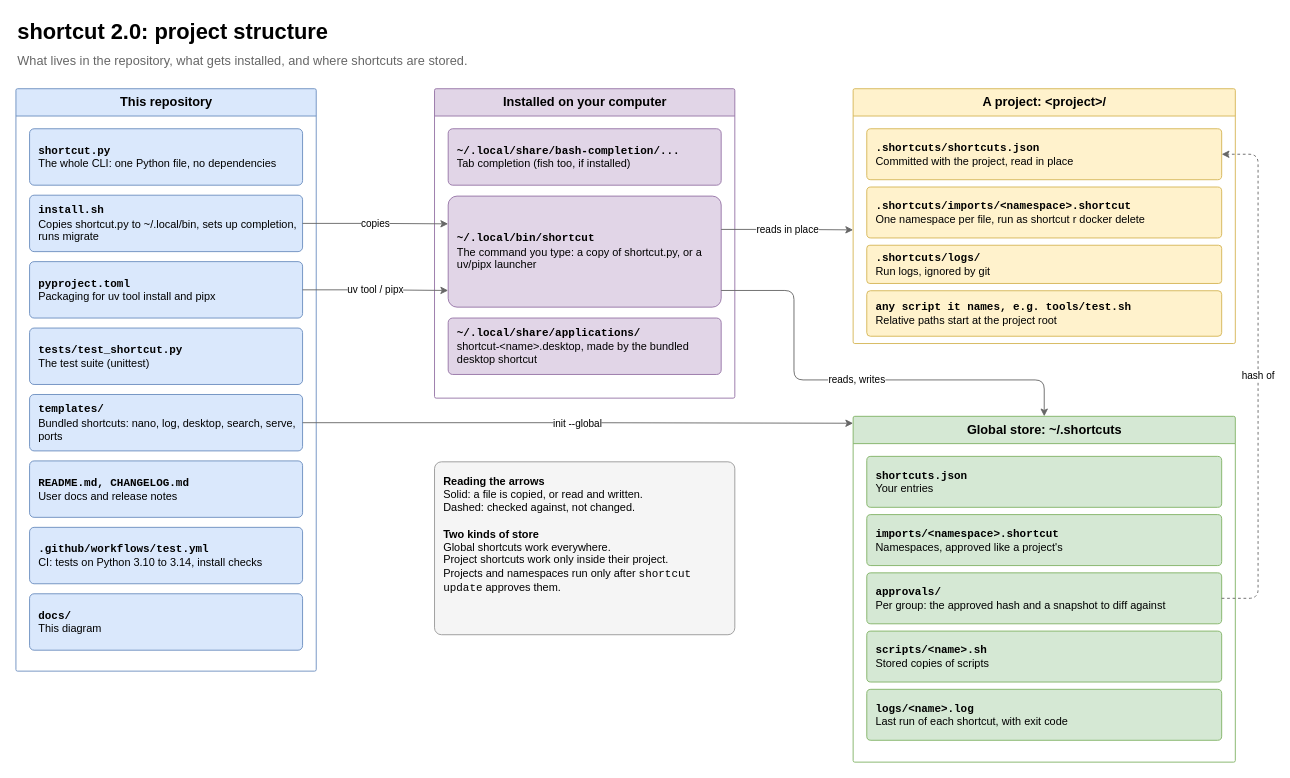
Above: page "1 Structure" (1 of 5) of docs/shortcut-overview.drawio in StanLukuvka/Shortcut (draw.io), before the change. Source tidied: cells renumbered, new cells numbered last; positions are measured from the earlier drawing's top-left corner, leaving out a move shared by most shapes. Both pictures are drawn from the tidied source at 91%, with x=0, y=0 at pixel (15, 15).
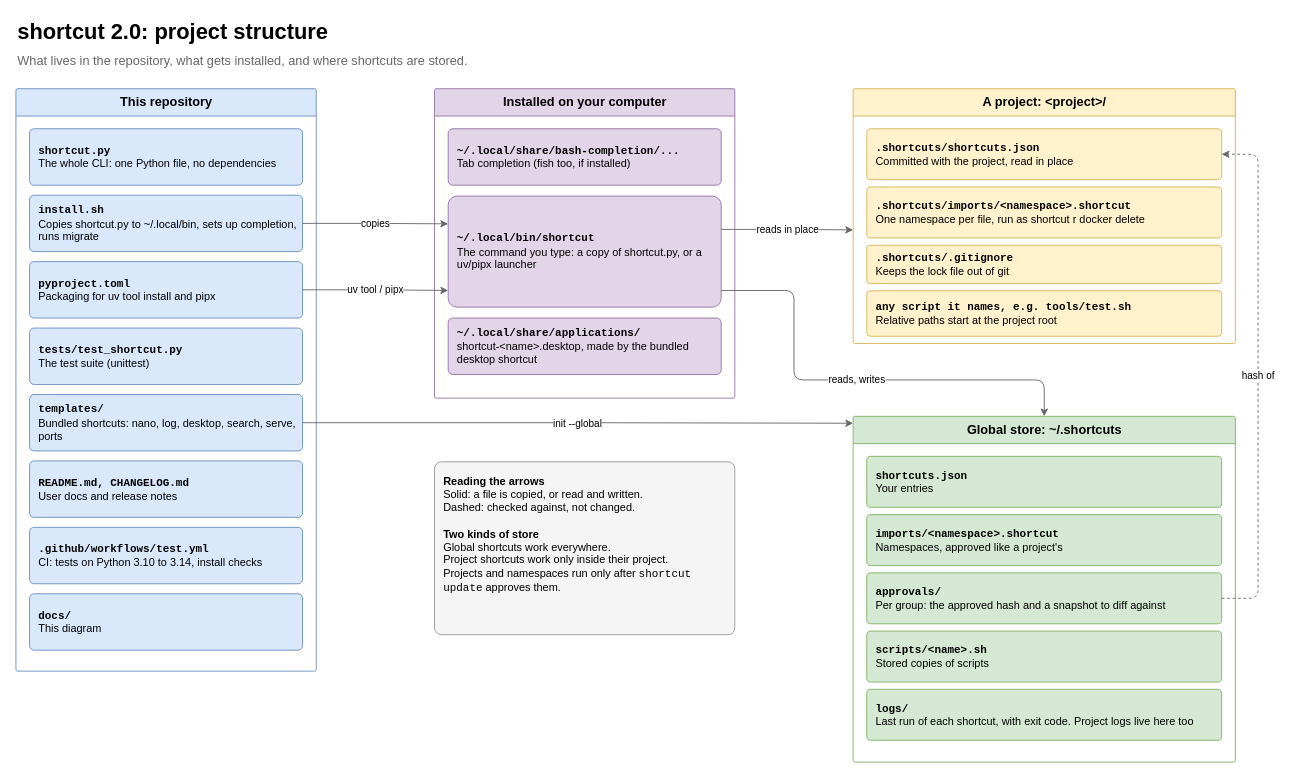
The same diagram, later.

The change refers to these unchanged cells:
```xml
<mxCell id="17" value="&lt;b&gt;A project: &amp;lt;project&amp;gt;/&lt;/b&gt;" style="swimlane;startSize=30;html=1;rounded=1;arcSize=2;fontSize=14;fillColor=#fff2cc;strokeColor=#d6b656;swimlaneFillColor=none;" parent="1" vertex="1">
  <mxGeometry x="920" y="80" width="420" height="280" as="geometry" />
</mxCell>
<mxCell id="22" value="&lt;b&gt;Global store: ~/.shortcuts&lt;/b&gt;" style="swimlane;startSize=30;html=1;rounded=1;arcSize=2;fontSize=14;fillColor=#d5e8d4;strokeColor=#82b366;swimlaneFillColor=none;" parent="1" vertex="1">
  <mxGeometry x="920" y="440" width="420" height="380" as="geometry" />
</mxCell>
```

Change to the diagram source:
```diff
@@
-    <mxCell id="20" value="&lt;b&gt;&lt;font face=&quot;monospace&quot;&gt;.shortcuts/logs/&lt;/font&gt;&lt;/b&gt;&lt;br&gt;Run logs, ignored by git" style="rounded=1;whiteSpace=wrap;html=1;arcSize=8;fillColor=#fff2cc;strokeColor=#d6b656;fontSize=12;align=left;spacingLeft=8;spacingRight=6;" parent="17" vertex="1">
+    <mxCell id="20" value="&lt;b&gt;&lt;font face=&quot;monospace&quot;&gt;.shortcuts/.gitignore&lt;/font&gt;&lt;/b&gt;&lt;br&gt;Keeps the lock file out of git" style="rounded=1;whiteSpace=wrap;html=1;arcSize=8;fillColor=#fff2cc;strokeColor=#d6b656;fontSize=12;align=left;spacingLeft=8;spacingRight=6;" parent="17" vertex="1">
       <mxGeometry x="15" y="172" width="390" height="42" as="geometry" />
     </mxCell>
@@
-    <mxCell id="27" value="&lt;b&gt;&lt;font face=&quot;monospace&quot;&gt;logs/&amp;lt;name&amp;gt;.log&lt;/font&gt;&lt;/b&gt;&lt;br&gt;Last run of each shortcut, with exit code" style="rounded=1;whiteSpace=wrap;html=1;arcSize=8;fillColor=#d5e8d4;strokeColor=#82b366;fontSize=12;align=left;spacingLeft=8;spacingRight=6;" parent="22" vertex="1">
+    <mxCell id="27" value="&lt;b&gt;&lt;font face=&quot;monospace&quot;&gt;logs/&lt;/font&gt;&lt;/b&gt;&lt;br&gt;Last run of each shortcut, with exit code. Project logs live here too" style="rounded=1;whiteSpace=wrap;html=1;arcSize=8;fillColor=#d5e8d4;strokeColor=#82b366;fontSize=12;align=left;spacingLeft=8;spacingRight=6;" parent="22" vertex="1">
       <mxGeometry x="15" y="300" width="390" height="56" as="geometry" />
     </mxCell>
```
